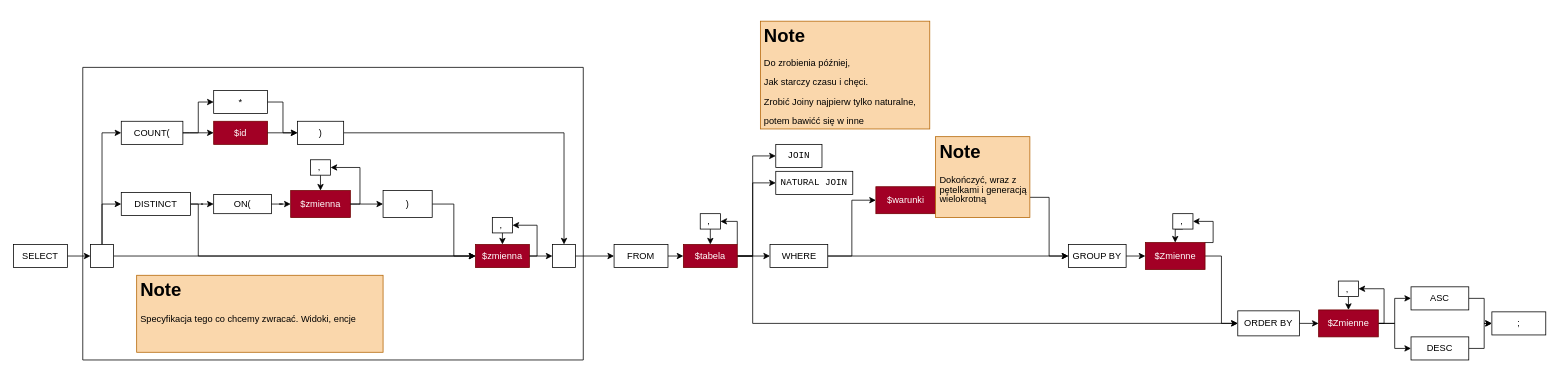
Earlier version of the draw.io diagram schematsDraw/schema.drawio (Mateoswiatek/CustomSpringDataJava). Source tidied: cells renumbered, new cells numbered last; positions are measured from the earlier drawing's top-left corner, leaving out a move shared by most shapes. Both pictures are drawn from the tidied source at 77%, with x=0, y=0 at pixel (13, 21).
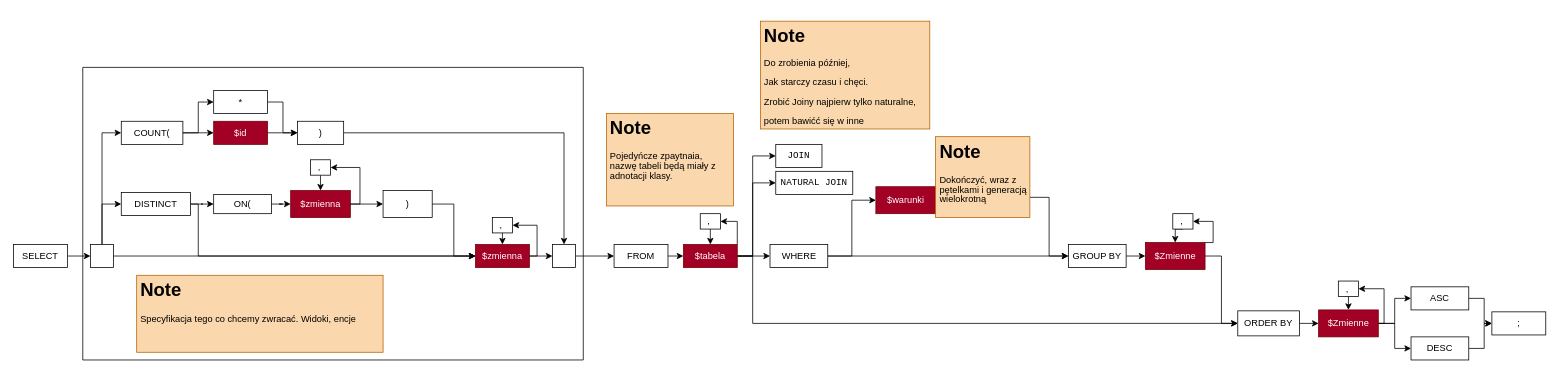
Above is the later version.

Change to the diagram source:
```diff
@@
+    <mxCell id="77" value="&lt;p style=&quot;line-height: 100%;&quot;&gt;&lt;/p&gt;&lt;h1 style=&quot;line-height: 110%;&quot;&gt;Note&lt;/h1&gt;&lt;p style=&quot;line-height: 110%;&quot;&gt;Pojedyńcze zpaytnaia, nazwę tabeli będą miały z adnotacji klasy.&lt;br&gt;&lt;/p&gt;&lt;p&gt;&lt;/p&gt;" style="text;html=1;spacing=5;spacingTop=-20;whiteSpace=wrap;overflow=hidden;rounded=0;fillColor=#fad7ac;strokeColor=#b46504;fontColor=#000000;" parent="1" vertex="1">
+      <mxGeometry x="770" y="120" width="165" height="120" as="geometry" />
+    </mxCell>
```
